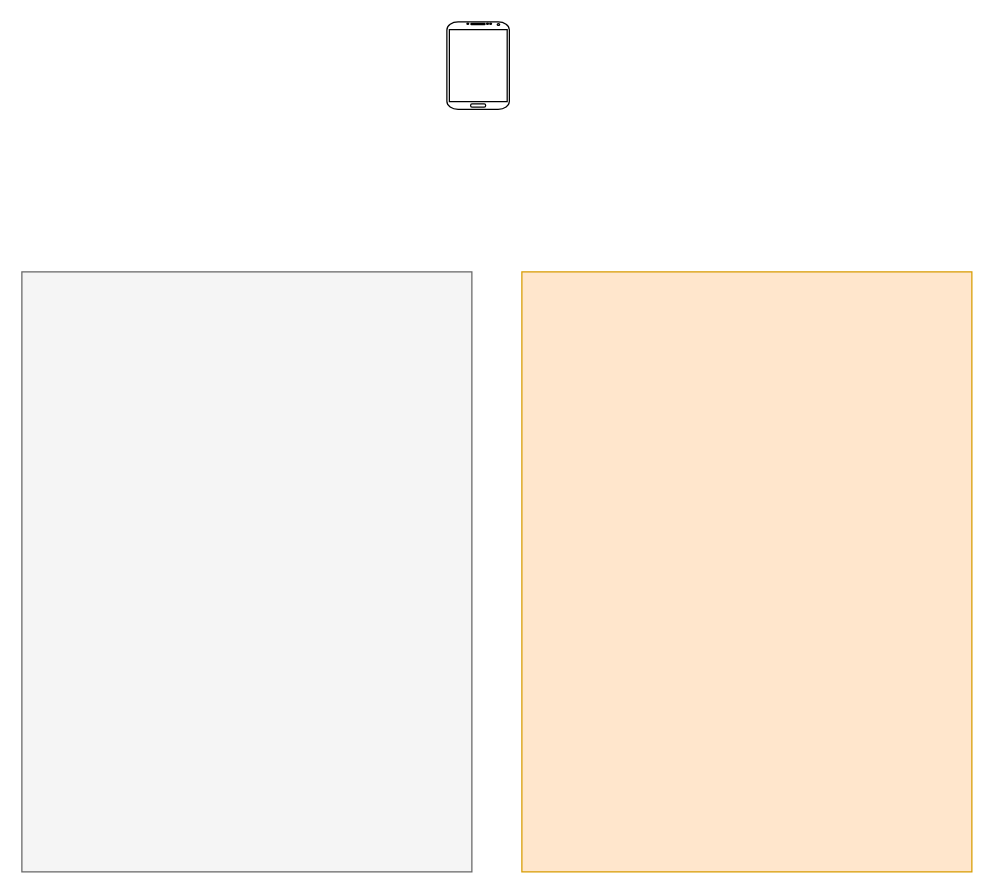
Before: 双数据源迁移方案.drawio in catface996/images, a draw.io diagram. Source tidied: cells renumbered, new cells numbered last; positions are measured from the earlier drawing's top-left corner, leaving out a move shared by most shapes. Both pictures are drawn from the tidied source at 125%, with x=0, y=0 at pixel (21, 21).
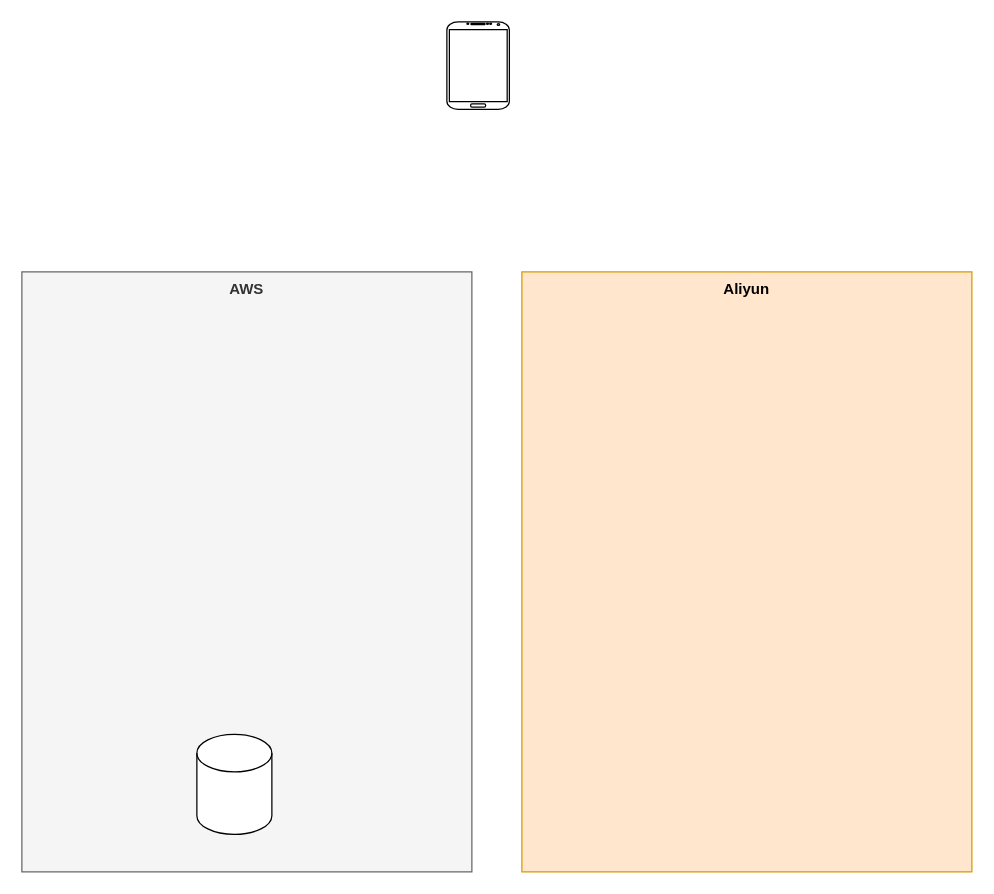
The same diagram, later.

Commit message (it also covers changes not shown here):
更新双数据源迁移方案.drawio

Diff of the diagram source:
```diff
@@
 <mxGraphModel>
   <root>
     <mxCell id="0" />
     <mxCell id="1" parent="0" />
-    <mxCell id="2" style="rounded=0;whiteSpace=wrap;html=1;fillColor=#f5f5f5;fontColor=#333333;strokeColor=#666666;" parent="1" vertex="1">
+    <mxCell id="2" value="AWS" style="rounded=0;whiteSpace=wrap;html=1;fillColor=#f5f5f5;fontColor=#333333;strokeColor=#666666;fontStyle=1;verticalAlign=top;" parent="1" vertex="1">
       <mxGeometry y="200" width="360" height="480" as="geometry" />
     </mxCell>
-    <mxCell id="3" style="rounded=0;whiteSpace=wrap;html=1;fillColor=#ffe6cc;strokeColor=#d79b00;" parent="1" vertex="1">
+    <mxCell id="3" value="Aliyun" style="rounded=0;whiteSpace=wrap;html=1;fillColor=#ffe6cc;strokeColor=#d79b00;fontStyle=1;verticalAlign=top;" parent="1" vertex="1">
       <mxGeometry x="400" y="200" width="360" height="480" as="geometry" />
     </mxCell>
     <mxCell id="4" style="verticalLabelPosition=bottom;verticalAlign=top;html=1;shadow=0;dashed=0;strokeWidth=1;shape=mxgraph.android.phone2;strokeColor=#000000;" parent="1" vertex="1">
       <mxGeometry x="340" width="50" height="70" as="geometry" />
     </mxCell>
+    <mxCell id="5" style="shape=cylinder3;whiteSpace=wrap;html=1;boundedLbl=1;backgroundOutline=1;size=15;strokeColor=#000000;" parent="1" vertex="1">
+      <mxGeometry x="140" y="570" width="60" height="80" as="geometry" />
+    </mxCell>
   </root>
 </mxGraphModel>
```
